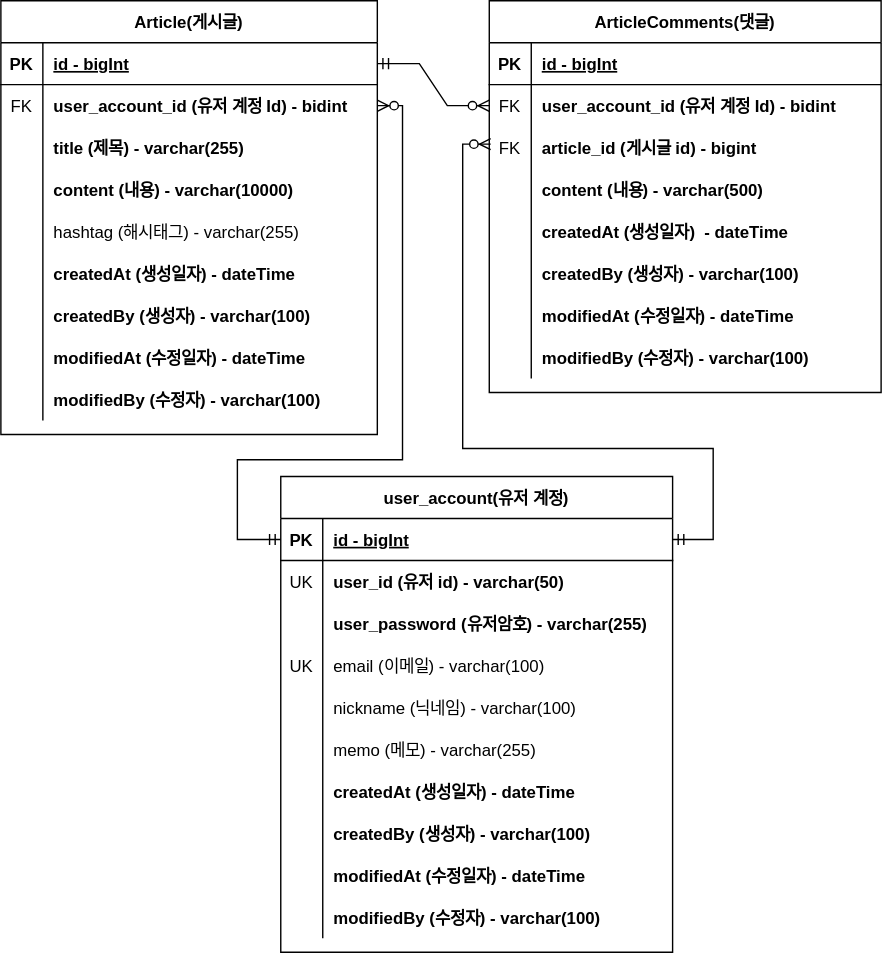
jerry3269/board keeps this draw.io diagram as document/project-board-erd.svg. Above is the earlier version. Source tidied: cells renumbered, new cells last; positions are measured from the earlier drawing's top-left corner, leaving out a move shared by most shapes.
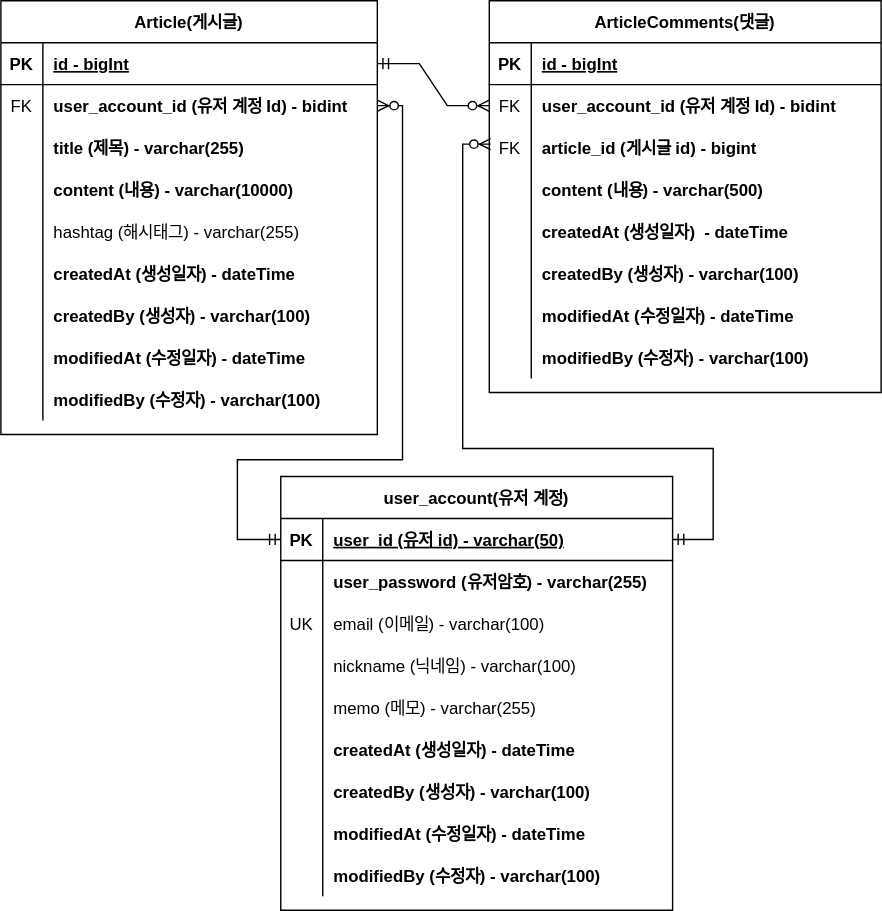
The same diagram one commit later.

Commit message:
#40 - erd업데이트: UserAccount의 Id 삭제 및 userId를 PK로 설정

The edit, as a diff of the source:
```diff
@@ -169,7 +169,7 @@
       </mxGeometry>
     </mxCell>
     <mxCell id="56" value="user_account(유저 계정)" style="shape=table;startSize=30;rowLines=0;fontStyle=1;align=center;" parent="1" vertex="1">
-      <mxGeometry x="200" y="340" width="280" height="340" as="geometry" />
+      <mxGeometry x="200" y="340" width="280" height="310" as="geometry" />
     </mxCell>
     <mxCell id="57" style="shape=partialRectangle;fillColor=none;points=[[0,0.5],[1,0.5]];portConstraint=eastwest;top=0;left=0;right=0;bottom=1;fontStyle=1;" parent="56" vertex="1">
       <mxGeometry y="30" width="280" height="30" as="geometry" />
@@ -177,20 +177,11 @@
     <mxCell id="58" value="PK" style="shape=partialRectangle;overflow=hidden;fillColor=none;top=0;left=0;bottom=0;right=0;fontStyle=1;" parent="57" vertex="1">
       <mxGeometry width="30" height="30" as="geometry" />
     </mxCell>
-    <mxCell id="59" value="id - bigInt" style="shape=partialRectangle;overflow=hidden;fillColor=none;top=0;left=0;bottom=0;right=0;align=left;spacingLeft=6;fontStyle=5;" parent="57" vertex="1">
+    <mxCell id="59" value="user_id (유저 id) - varchar(50)" style="shape=partialRectangle;overflow=hidden;fillColor=none;top=0;left=0;bottom=0;right=0;align=left;spacingLeft=6;fontStyle=5;" parent="57" vertex="1">
       <mxGeometry x="30" width="250" height="30" as="geometry" />
     </mxCell>
-    <mxCell id="60" style="shape=partialRectangle;fillColor=none;top=0;left=0;right=0;bottom=0;fontStyle=1;" parent="56" vertex="1">
-      <mxGeometry y="60" width="280" height="30" as="geometry" />
-    </mxCell>
-    <mxCell id="61" value="UK" style="shape=partialRectangle;overflow=hidden;fillColor=none;top=0;left=0;bottom=0;right=0;fontStyle=0;" parent="60" vertex="1">
-      <mxGeometry width="30" height="30" as="geometry" />
-    </mxCell>
-    <mxCell id="62" value="user_id (유저 id) - varchar(50)" style="shape=partialRectangle;overflow=hidden;fillColor=none;top=0;left=0;bottom=0;right=0;align=left;spacingLeft=6;fontStyle=1;" parent="60" vertex="1">
-      <mxGeometry x="30" width="250" height="30" as="geometry" />
-    </mxCell>
     <mxCell id="63" style="shape=partialRectangle;fillColor=none;top=0;left=0;right=0;bottom=0;fontStyle=1;" parent="56" vertex="1">
-      <mxGeometry y="90" width="280" height="30" as="geometry" />
+      <mxGeometry y="60" width="280" height="30" as="geometry" />
     </mxCell>
     <mxCell id="64" style="shape=partialRectangle;overflow=hidden;fillColor=none;top=0;left=0;bottom=0;right=0;fontStyle=1;" parent="63" vertex="1">
       <mxGeometry width="30" height="30" as="geometry" />
@@ -199,7 +190,7 @@
       <mxGeometry x="30" width="250" height="30" as="geometry" />
     </mxCell>
     <mxCell id="66" style="shape=partialRectangle;fillColor=none;top=0;left=0;right=0;bottom=0;fontStyle=1;" parent="56" vertex="1">
-      <mxGeometry y="120" width="280" height="30" as="geometry" />
+      <mxGeometry y="90" width="280" height="30" as="geometry" />
     </mxCell>
     <mxCell id="67" value="UK" style="shape=partialRectangle;overflow=hidden;fillColor=none;top=0;left=0;bottom=0;right=0;fontStyle=0;" parent="66" vertex="1">
       <mxGeometry width="30" height="30" as="geometry" />
@@ -208,7 +199,7 @@
       <mxGeometry x="30" width="250" height="30" as="geometry" />
     </mxCell>
     <mxCell id="69" style="shape=partialRectangle;fillColor=none;top=0;left=0;right=0;bottom=0;fontStyle=1;" parent="56" vertex="1">
-      <mxGeometry y="150" width="280" height="30" as="geometry" />
+      <mxGeometry y="120" width="280" height="30" as="geometry" />
     </mxCell>
     <mxCell id="70" style="shape=partialRectangle;overflow=hidden;fillColor=none;top=0;left=0;bottom=0;right=0;fontStyle=1;" parent="69" vertex="1">
       <mxGeometry width="30" height="30" as="geometry" />
@@ -217,7 +208,7 @@
       <mxGeometry x="30" width="250" height="30" as="geometry" />
     </mxCell>
     <mxCell id="72" style="shape=partialRectangle;fillColor=none;top=0;left=0;right=0;bottom=0;fontStyle=1;" parent="56" vertex="1">
-      <mxGeometry y="180" width="280" height="30" as="geometry" />
+      <mxGeometry y="150" width="280" height="30" as="geometry" />
     </mxCell>
     <mxCell id="73" style="shape=partialRectangle;overflow=hidden;fillColor=none;top=0;left=0;bottom=0;right=0;fontStyle=1;" parent="72" vertex="1">
       <mxGeometry width="30" height="30" as="geometry" />
@@ -226,7 +217,7 @@
       <mxGeometry x="30" width="250" height="30" as="geometry" />
     </mxCell>
     <mxCell id="75" style="shape=partialRectangle;fillColor=none;top=0;left=0;right=0;bottom=0;fontStyle=1;" parent="56" vertex="1">
-      <mxGeometry y="210" width="280" height="30" as="geometry" />
+      <mxGeometry y="180" width="280" height="30" as="geometry" />
     </mxCell>
     <mxCell id="76" style="shape=partialRectangle;overflow=hidden;fillColor=none;top=0;left=0;bottom=0;right=0;fontStyle=1;" parent="75" vertex="1">
       <mxGeometry width="30" height="30" as="geometry" />
@@ -235,7 +226,7 @@
       <mxGeometry x="30" width="250" height="30" as="geometry" />
     </mxCell>
     <mxCell id="78" style="shape=partialRectangle;fillColor=none;top=0;left=0;right=0;bottom=0;fontStyle=1;" parent="56" vertex="1">
-      <mxGeometry y="240" width="280" height="30" as="geometry" />
+      <mxGeometry y="210" width="280" height="30" as="geometry" />
     </mxCell>
     <mxCell id="79" style="shape=partialRectangle;overflow=hidden;fillColor=none;top=0;left=0;bottom=0;right=0;fontStyle=1;" parent="78" vertex="1">
       <mxGeometry width="30" height="30" as="geometry" />
@@ -244,7 +235,7 @@
       <mxGeometry x="30" width="250" height="30" as="geometry" />
     </mxCell>
     <mxCell id="81" style="shape=partialRectangle;fillColor=none;top=0;left=0;right=0;bottom=0;fontStyle=1;" parent="56" vertex="1">
-      <mxGeometry y="270" width="280" height="30" as="geometry" />
+      <mxGeometry y="240" width="280" height="30" as="geometry" />
     </mxCell>
     <mxCell id="82" style="shape=partialRectangle;overflow=hidden;fillColor=none;top=0;left=0;bottom=0;right=0;fontStyle=1;" parent="81" vertex="1">
       <mxGeometry width="30" height="30" as="geometry" />
@@ -253,7 +244,7 @@
       <mxGeometry x="30" width="250" height="30" as="geometry" />
     </mxCell>
     <mxCell id="84" style="shape=partialRectangle;fillColor=none;top=0;left=0;right=0;bottom=0;fontStyle=1;" parent="56" vertex="1">
-      <mxGeometry y="300" width="280" height="30" as="geometry" />
+      <mxGeometry y="270" width="280" height="30" as="geometry" />
     </mxCell>
     <mxCell id="85" style="shape=partialRectangle;overflow=hidden;fillColor=none;top=0;left=0;bottom=0;right=0;fontStyle=1;" parent="84" vertex="1">
       <mxGeometry width="30" height="30" as="geometry" />
```
